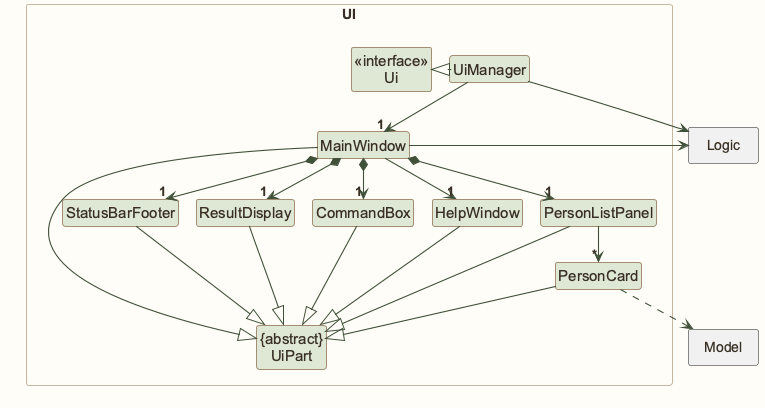
Earlier version of the PlantUML export docs/images/UiClassDiagram.png (AY2627S1-CS2103T-W12-1/tp).
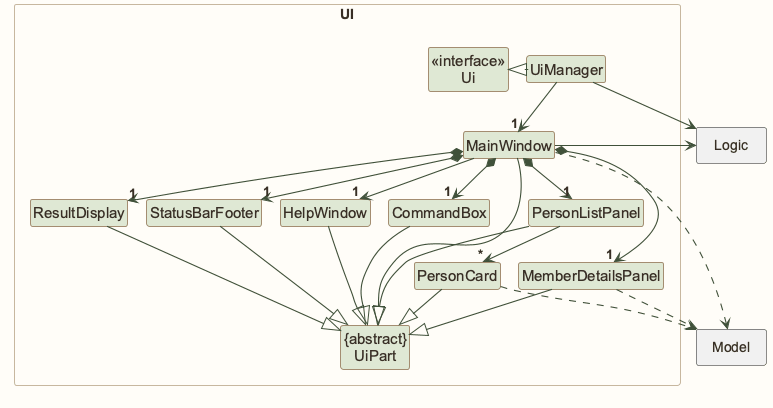
The same diagram one commit later.

The edit, as a diff of the source:
```diff
@@ -1,5 +1,4 @@
 @startuml
-!pragma layout smetana
 !include style.puml
 skinparam arrowThickness 1.1
 skinparam arrowColor UI_COLOR_T4
@@ -13,6 +12,7 @@
 Class HelpWindow
 Class ResultDisplay
 Class PersonListPanel
+Class MemberDetailsPanel
 Class PersonCard
 Class StatusBarFooter
 Class CommandBox
@@ -30,6 +30,7 @@
 MainWindow *-down->  "1" CommandBox
 MainWindow *-down-> "1" ResultDisplay
 MainWindow *-down-> "1" PersonListPanel
+MainWindow *-down-> "1" MemberDetailsPanel
 MainWindow *-down-> "1" StatusBarFooter
 MainWindow --> "1" HelpWindow
 
@@ -40,13 +41,16 @@
 ResultDisplay --|> UiPart
 CommandBox --|> UiPart
 PersonListPanel --|> UiPart
+MemberDetailsPanel --|> UiPart
 PersonCard --|> UiPart
 StatusBarFooter --|> UiPart
 HelpWindow --|> UiPart
 
 PersonCard ..> Model
+MemberDetailsPanel ..> Model
 UiManager -right-> Logic
 MainWindow -left-> Logic
+MainWindow ..> Model
 
 PersonListPanel -[hidden]left- HelpWindow
 HelpWindow -[hidden]left- CommandBox
```
